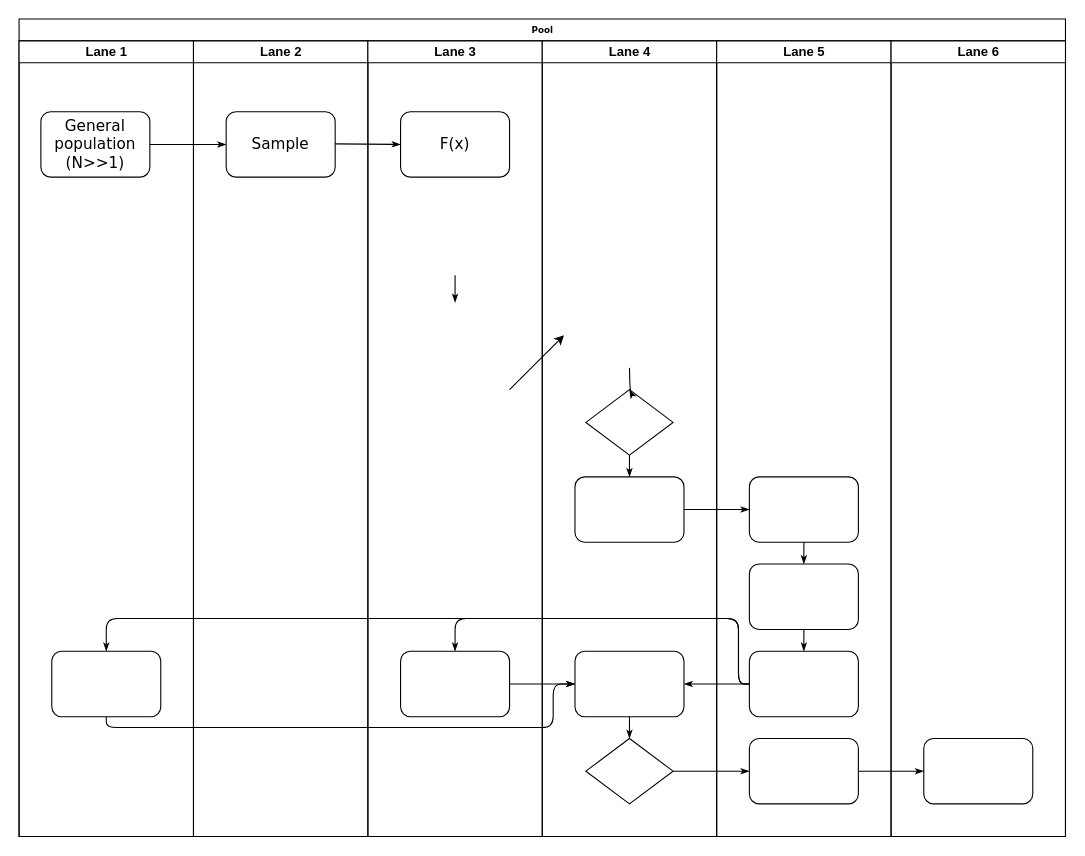
The draw.io diagram Parts-Chapters/Bootstrap/Untitled Diagram.drawio in Kirill-Murashev/AI_for_valuers_book, before the edit. Source tidied: cells renumbered, new cells numbered last; positions are measured from the earlier drawing's top-left corner, leaving out a move shared by most shapes. Both pictures are drawn from the tidied source at 109%, with x=0, y=0 at pixel (19, 19).
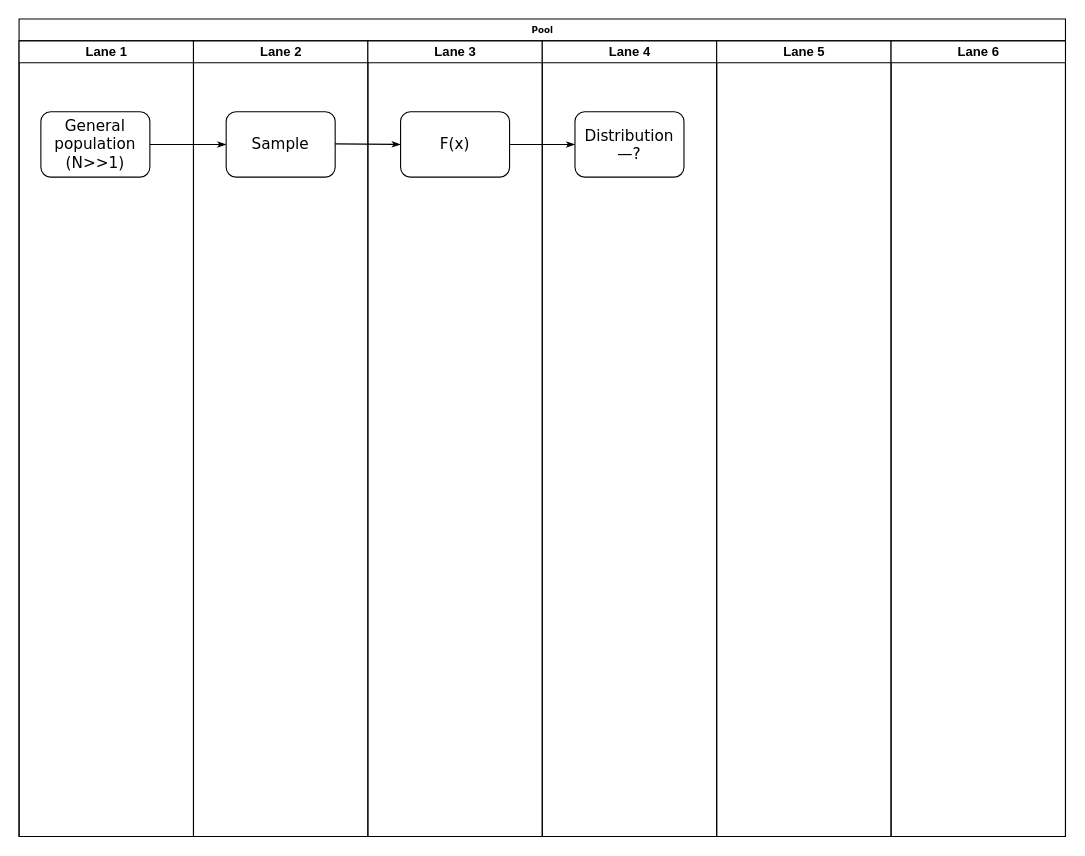
After the change.

Unchanged cells that the change refers to:
```xml
<mxCell id="2" value="Pool" style="swimlane;html=1;startSize=20;rounded=0;shadow=0;labelBackgroundColor=none;strokeWidth=1;fontFamily=Verdana;fontSize=8;align=center;" parent="1" vertex="1">
  <mxGeometry width="960" height="750" as="geometry" />
</mxCell>
<mxCell id="3" value="Lane 1" style="swimlane;html=1;startSize=20;" parent="2" vertex="1">
  <mxGeometry y="20" width="160" height="730" as="geometry" />
</mxCell>
<mxCell id="18" value="Lane 3" style="swimlane;html=1;startSize=20;" parent="2" vertex="1">
  <mxGeometry x="320" y="20" width="160" height="730" as="geometry" />
</mxCell>
<mxCell id="21" value="&lt;font style=&quot;font-size: 14px;&quot;&gt;F(x)&lt;/font&gt;" style="rounded=1;whiteSpace=wrap;html=1;shadow=0;labelBackgroundColor=none;strokeWidth=1;fontFamily=Verdana;fontSize=8;align=center;" parent="18" vertex="1">
  <mxGeometry x="30" y="65" width="100" height="60" as="geometry" />
</mxCell>
<mxCell id="22" value="Lane 4" style="swimlane;html=1;startSize=20;" parent="2" vertex="1">
  <mxGeometry x="480" y="20" width="160" height="730" as="geometry" />
</mxCell>
<mxCell id="30" value="Lane 5" style="swimlane;html=1;startSize=20;" parent="2" vertex="1">
  <mxGeometry x="640" y="20" width="160" height="730" as="geometry" />
</mxCell>
<mxCell id="37" value="Lane 6" style="swimlane;html=1;startSize=20;" parent="2" vertex="1">
  <mxGeometry x="800" y="20" width="160" height="730" as="geometry" />
</mxCell>
```

Change to the diagram source:
```diff
@@
-    <mxCell id="5" style="rounded=1;whiteSpace=wrap;html=1;shadow=0;labelBackgroundColor=none;strokeWidth=1;fontFamily=Verdana;fontSize=8;align=center;" parent="3" vertex="1">
-      <mxGeometry x="30" y="560" width="100" height="60" as="geometry" />
-    </mxCell>
@@
-    <mxCell id="7" style="edgeStyle=orthogonalEdgeStyle;rounded=1;html=1;labelBackgroundColor=none;startArrow=none;startFill=0;startSize=5;endArrow=classicThin;endFill=1;endSize=5;jettySize=auto;strokeWidth=1;fontFamily=Verdana;fontSize=8;" parent="2" edge="1" source="26" target="34">
-      <mxGeometry relative="1" as="geometry" />
-    </mxCell>
-    <mxCell id="8" style="edgeStyle=orthogonalEdgeStyle;rounded=1;html=1;labelBackgroundColor=none;startArrow=none;startFill=0;startSize=5;endArrow=classicThin;endFill=1;endSize=5;jettySize=auto;strokeWidth=1;fontFamily=Verdana;fontSize=8;" parent="2" edge="1" source="34" target="38">
-      <mxGeometry relative="1" as="geometry" />
-    </mxCell>
-    <mxCell id="9" style="edgeStyle=orthogonalEdgeStyle;rounded=1;html=1;labelBackgroundColor=none;startArrow=none;startFill=0;startSize=5;endArrow=classicThin;endFill=1;endSize=5;jettySize=auto;strokeWidth=1;fontFamily=Verdana;fontSize=8;" parent="2" edge="1" source="24" target="31">
-      <mxGeometry relative="1" as="geometry" />
-    </mxCell>
-    <mxCell id="10" style="edgeStyle=orthogonalEdgeStyle;rounded=1;html=1;labelBackgroundColor=none;startArrow=none;startFill=0;startSize=5;endArrow=classicThin;endFill=1;endSize=5;jettySize=auto;strokeWidth=1;fontFamily=Verdana;fontSize=8;" parent="2" edge="1" source="33" target="19">
-      <mxGeometry relative="1" as="geometry">
-        <Array as="points">
-          <mxPoint x="660" y="610" />
-          <mxPoint x="660" y="550" />
-          <mxPoint x="400" y="550" />
-        </Array>
-      </mxGeometry>
-    </mxCell>
-    <mxCell id="11" style="edgeStyle=orthogonalEdgeStyle;rounded=1;html=1;labelBackgroundColor=none;startArrow=none;startFill=0;startSize=5;endArrow=classicThin;endFill=1;endSize=5;jettySize=auto;strokeColor=#000000;strokeWidth=1;fontFamily=Verdana;fontSize=8;fontColor=#000000;" parent="2" edge="1" source="33" target="25">
-      <mxGeometry relative="1" as="geometry" />
-    </mxCell>
-    <mxCell id="12" style="edgeStyle=orthogonalEdgeStyle;rounded=1;html=1;labelBackgroundColor=none;startArrow=none;startFill=0;startSize=5;endArrow=classicThin;endFill=1;endSize=5;jettySize=auto;strokeWidth=1;fontFamily=Verdana;fontSize=8;" parent="2" edge="1" source="33" target="5">
-      <mxGeometry relative="1" as="geometry">
-        <Array as="points">
-          <mxPoint x="660" y="610" />
-          <mxPoint x="660" y="550" />
-          <mxPoint x="80" y="550" />
-        </Array>
-      </mxGeometry>
-    </mxCell>
-    <mxCell id="13" style="edgeStyle=orthogonalEdgeStyle;rounded=1;html=1;labelBackgroundColor=none;startArrow=none;startFill=0;startSize=5;endArrow=classicThin;endFill=1;endSize=5;jettySize=auto;strokeWidth=1;fontFamily=Verdana;fontSize=8;" parent="2" edge="1" source="5" target="25">
-      <mxGeometry relative="1" as="geometry">
-        <Array as="points">
-          <mxPoint x="80" y="650" />
-          <mxPoint x="490" y="650" />
-          <mxPoint x="490" y="610" />
-        </Array>
-      </mxGeometry>
-    </mxCell>
-    <mxCell id="14" style="edgeStyle=orthogonalEdgeStyle;rounded=1;html=1;labelBackgroundColor=none;startArrow=none;startFill=0;startSize=5;endArrow=classicThin;endFill=1;endSize=5;jettySize=auto;strokeWidth=1;fontFamily=Verdana;fontSize=8;" parent="2" edge="1" source="19" target="25">
-      <mxGeometry relative="1" as="geometry" />
-    </mxCell>
@@
-    <mxCell id="19" style="rounded=1;whiteSpace=wrap;html=1;shadow=0;labelBackgroundColor=none;strokeWidth=1;fontFamily=Verdana;fontSize=8;align=center;" parent="18" vertex="1">
-      <mxGeometry x="30" y="560" width="100" height="60" as="geometry" />
-    </mxCell>
-    <mxCell id="20" style="edgeStyle=orthogonalEdgeStyle;rounded=1;html=1;labelBackgroundColor=none;startArrow=none;startFill=0;startSize=5;endArrow=classicThin;endFill=1;endSize=5;jettySize=auto;orthogonalLoop=1;strokeWidth=1;fontFamily=Verdana;fontSize=8;" parent="18" edge="1">
-      <mxGeometry relative="1" as="geometry">
-        <mxPoint x="80" y="215" as="sourcePoint" />
-        <mxPoint x="80" y="240" as="targetPoint" />
-      </mxGeometry>
-    </mxCell>
@@
-    <mxCell id="23" style="rhombus;whiteSpace=wrap;html=1;rounded=0;shadow=0;labelBackgroundColor=none;strokeWidth=1;fontFamily=Verdana;fontSize=8;align=center;" parent="22" vertex="1">
-      <mxGeometry x="40" y="320" width="80" height="60" as="geometry" />
-    </mxCell>
-    <mxCell id="24" style="rounded=1;whiteSpace=wrap;html=1;shadow=0;labelBackgroundColor=none;strokeWidth=1;fontFamily=Verdana;fontSize=8;align=center;" parent="22" vertex="1">
-      <mxGeometry x="30" y="400" width="100" height="60" as="geometry" />
-    </mxCell>
-    <mxCell id="25" style="rounded=1;whiteSpace=wrap;html=1;shadow=0;labelBackgroundColor=none;strokeWidth=1;fontFamily=Verdana;fontSize=8;align=center;" parent="22" vertex="1">
-      <mxGeometry x="30" y="560" width="100" height="60" as="geometry" />
-    </mxCell>
-    <mxCell id="26" style="rhombus;whiteSpace=wrap;html=1;rounded=0;shadow=0;labelBackgroundColor=none;strokeWidth=1;fontFamily=Verdana;fontSize=8;align=center;" parent="22" vertex="1">
-      <mxGeometry x="40" y="640" width="80" height="60" as="geometry" />
-    </mxCell>
-    <mxCell id="27" style="edgeStyle=orthogonalEdgeStyle;rounded=1;html=1;labelBackgroundColor=none;startArrow=none;startFill=0;startSize=5;endArrow=classicThin;endFill=1;endSize=5;jettySize=auto;strokeColor=#000000;strokeWidth=1;fontFamily=Verdana;fontSize=8;fontColor=#000000;" parent="22" edge="1" target="23">
-      <mxGeometry relative="1" as="geometry">
-        <mxPoint x="80" y="300" as="sourcePoint" />
-      </mxGeometry>
-    </mxCell>
-    <mxCell id="28" style="edgeStyle=orthogonalEdgeStyle;rounded=1;html=1;labelBackgroundColor=none;startArrow=none;startFill=0;startSize=5;endArrow=classicThin;endFill=1;endSize=5;jettySize=auto;strokeWidth=1;fontFamily=Verdana;fontSize=8;" parent="22" edge="1" source="23" target="24">
-      <mxGeometry relative="1" as="geometry" />
-    </mxCell>
-    <mxCell id="29" style="edgeStyle=orthogonalEdgeStyle;rounded=1;html=1;labelBackgroundColor=none;startArrow=none;startFill=0;startSize=5;endArrow=classicThin;endFill=1;endSize=5;jettySize=auto;strokeWidth=1;fontFamily=Verdana;fontSize=8;" parent="22" edge="1" source="25" target="26">
-      <mxGeometry relative="1" as="geometry" />
-    </mxCell>
+    <mxCell id="40" value="&lt;font style=&quot;font-size: 14px;&quot;&gt;Distribution—?&lt;/font&gt;" style="rounded=1;whiteSpace=wrap;html=1;shadow=0;labelBackgroundColor=none;strokeWidth=1;fontFamily=Verdana;fontSize=8;align=center;" parent="22" vertex="1">
+      <mxGeometry x="30" y="65" width="100" height="60" as="geometry" />
+    </mxCell>
@@
-    <mxCell id="31" style="rounded=1;whiteSpace=wrap;html=1;shadow=0;labelBackgroundColor=none;strokeWidth=1;fontFamily=Verdana;fontSize=8;align=center;" parent="30" vertex="1">
-      <mxGeometry x="30" y="400" width="100" height="60" as="geometry" />
-    </mxCell>
-    <mxCell id="32" style="rounded=1;whiteSpace=wrap;html=1;shadow=0;labelBackgroundColor=none;strokeWidth=1;fontFamily=Verdana;fontSize=8;align=center;" parent="30" vertex="1">
-      <mxGeometry x="30" y="480" width="100" height="60" as="geometry" />
-    </mxCell>
-    <mxCell id="33" style="rounded=1;whiteSpace=wrap;html=1;shadow=0;labelBackgroundColor=none;strokeWidth=1;fontFamily=Verdana;fontSize=8;align=center;" parent="30" vertex="1">
-      <mxGeometry x="30" y="560" width="100" height="60" as="geometry" />
-    </mxCell>
-    <mxCell id="34" style="rounded=1;whiteSpace=wrap;html=1;shadow=0;labelBackgroundColor=none;strokeWidth=1;fontFamily=Verdana;fontSize=8;align=center;" parent="30" vertex="1">
-      <mxGeometry x="30" y="640" width="100" height="60" as="geometry" />
-    </mxCell>
-    <mxCell id="35" style="edgeStyle=orthogonalEdgeStyle;rounded=1;html=1;labelBackgroundColor=none;startArrow=none;startFill=0;startSize=5;endArrow=classicThin;endFill=1;endSize=5;jettySize=auto;strokeWidth=1;fontFamily=Verdana;fontSize=8;" parent="30" edge="1" source="31" target="32">
-      <mxGeometry relative="1" as="geometry" />
-    </mxCell>
-    <mxCell id="36" style="edgeStyle=orthogonalEdgeStyle;rounded=1;html=1;labelBackgroundColor=none;startArrow=none;startFill=0;startSize=5;endArrow=classicThin;endFill=1;endSize=5;jettySize=auto;strokeWidth=1;fontFamily=Verdana;fontSize=8;" parent="30" edge="1" source="32" target="33">
-      <mxGeometry relative="1" as="geometry" />
-    </mxCell>
@@
-    <mxCell id="38" style="rounded=1;whiteSpace=wrap;html=1;shadow=0;labelBackgroundColor=none;strokeWidth=1;fontFamily=Verdana;fontSize=8;align=center;" parent="37" vertex="1">
-      <mxGeometry x="30" y="640" width="100" height="60" as="geometry" />
-    </mxCell>
-    <mxCell id="39" style="endArrow=classic;html=1;rounded=0;fontSize=14;" parent="1" edge="1">
-      <mxGeometry relative="1" as="geometry">
-        <mxPoint x="450" y="340" as="sourcePoint" />
-        <mxPoint x="500" y="290" as="targetPoint" />
-      </mxGeometry>
-    </mxCell>
+    <mxCell id="41" style="edgeStyle=orthogonalEdgeStyle;rounded=1;html=1;labelBackgroundColor=none;startArrow=none;startFill=0;startSize=5;endArrow=classicThin;endFill=1;endSize=5;jettySize=auto;strokeWidth=1;fontFamily=Verdana;fontSize=8;entryX=0;entryY=0.5;entryDx=0;entryDy=0;exitX=1;exitY=0.5;exitDx=0;exitDy=0;" parent="2" edge="1" source="21" target="40">
+      <mxGeometry relative="1" as="geometry" />
+    </mxCell>
```
